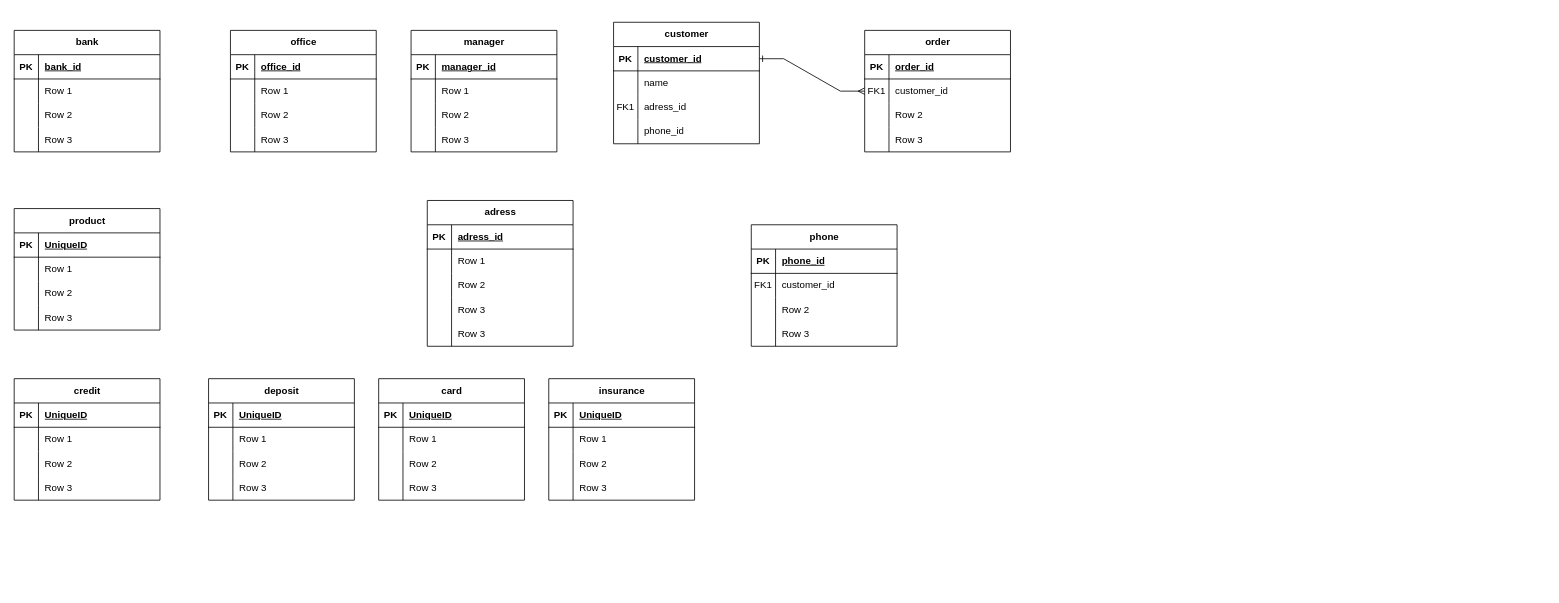
L-Valentine/Plantuml keeps this draw.io diagram as Банк_erd.drawio. Above is the earlier version. Source tidied: cells renumbered, new cells numbered last; positions are measured from the earlier drawing's top-left corner, leaving out a move shared by most shapes. Both pictures are drawn from the tidied source at 81%, with x=0, y=0 at pixel (14, 22).
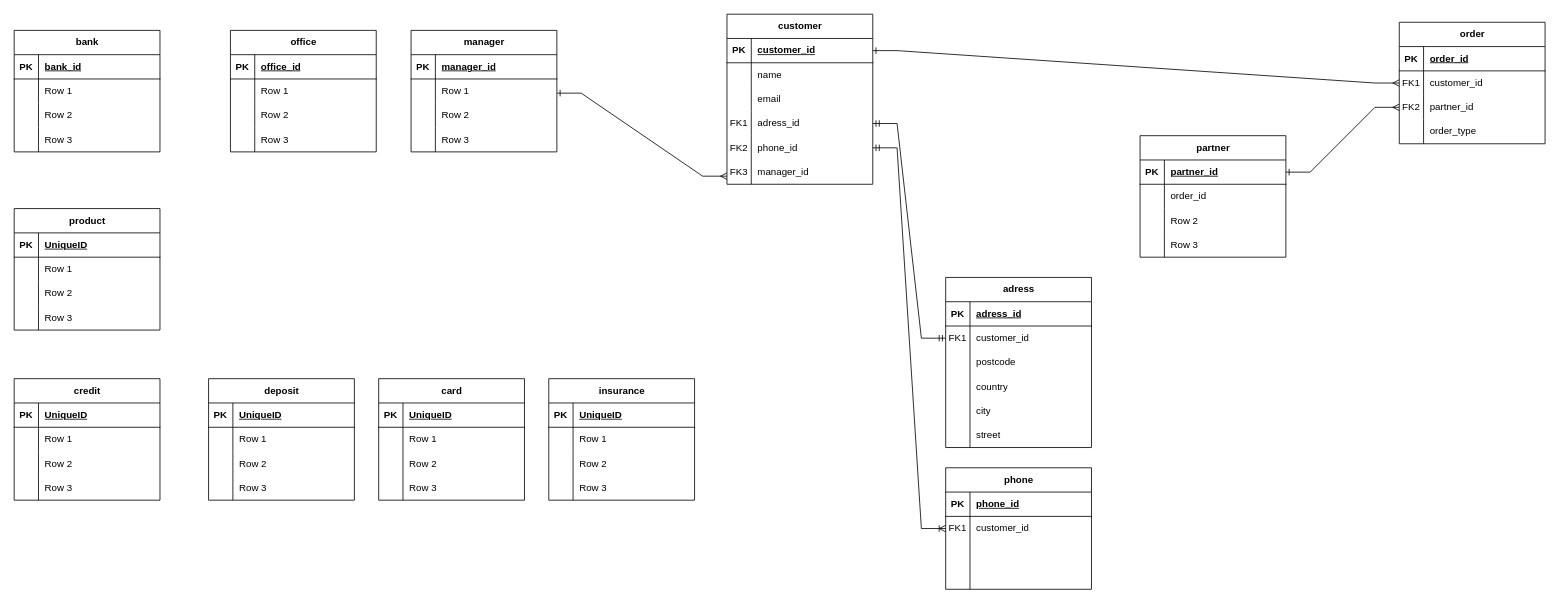
Above is the later version.

The change refers to these unchanged cells:
```xml
<mxCell id="74" style="shape=tableRow;horizontal=0;startSize=0;swimlaneHead=0;swimlaneBody=0;fillColor=none;top=0;left=0;right=0;bottom=0;" parent="67" vertex="1">
  <mxGeometry y="90" width="180" height="30" as="geometry" />
</mxCell>
<mxCell id="77" style="shape=tableRow;horizontal=0;startSize=0;swimlaneHead=0;swimlaneBody=0;fillColor=none;points=[[0,0.5],[1,0.5]];portConstraint=eastwest;top=0;left=0;right=0;bottom=0;" parent="67" vertex="1">
  <mxGeometry y="120" width="180" height="30" as="geometry" />
</mxCell>
<mxCell id="100" style="shape=tableRow;horizontal=0;startSize=0;swimlaneHead=0;swimlaneBody=0;fillColor=none;points=[[0,0.5],[1,0.5]];portConstraint=eastwest;top=0;left=0;right=0;bottom=0;" parent="93" vertex="1">
  <mxGeometry y="90" width="180" height="30" as="geometry" />
</mxCell>
<mxCell id="103" style="shape=tableRow;horizontal=0;startSize=0;swimlaneHead=0;swimlaneBody=0;fillColor=none;top=0;left=0;right=0;bottom=0;" parent="93" vertex="1">
  <mxGeometry y="120" width="180" height="30" as="geometry" />
</mxCell>
<mxCell id="148" style="shape=tableRow;horizontal=0;startSize=0;swimlaneHead=0;swimlaneBody=0;fillColor=none;points=[[0,0.5],[1,0.5]];portConstraint=eastwest;top=0;left=0;right=0;bottom=0;" parent="144" vertex="1">
  <mxGeometry y="60" width="180" height="30" as="geometry" />
</mxCell>
<mxCell id="151" style="shape=tableRow;horizontal=0;startSize=0;swimlaneHead=0;swimlaneBody=0;fillColor=none;top=0;left=0;right=0;bottom=0;" parent="144" vertex="1">
  <mxGeometry y="90" width="180" height="30" as="geometry" />
</mxCell>
<mxCell id="154" style="shape=tableRow;horizontal=0;startSize=0;swimlaneHead=0;swimlaneBody=0;fillColor=none;top=0;left=0;right=0;bottom=0;" parent="144" vertex="1">
  <mxGeometry y="120" width="180" height="30" as="geometry" />
</mxCell>
<mxCell id="157" style="shape=tableRow;horizontal=0;startSize=0;swimlaneHead=0;swimlaneBody=0;fillColor=none;top=0;left=0;right=0;bottom=0;" parent="144" vertex="1">
  <mxGeometry y="150" width="180" height="30" as="geometry" />
</mxCell>
<mxCell id="164" style="shape=tableRow;horizontal=0;startSize=0;swimlaneHead=0;swimlaneBody=0;fillColor=none;points=[[0,0.5],[1,0.5]];portConstraint=eastwest;top=0;left=0;right=0;bottom=0;" parent="160" vertex="1">
  <mxGeometry y="60" width="180" height="30" as="geometry" />
</mxCell>
<mxCell id="167" style="shape=tableRow;horizontal=0;startSize=0;swimlaneHead=0;swimlaneBody=0;fillColor=none;top=0;left=0;right=0;bottom=0;" parent="160" vertex="1">
  <mxGeometry y="90" width="180" height="30" as="geometry" />
</mxCell>
<mxCell id="170" style="shape=tableRow;horizontal=0;startSize=0;swimlaneHead=0;swimlaneBody=0;fillColor=none;top=0;left=0;right=0;bottom=0;" parent="160" vertex="1">
  <mxGeometry y="120" width="180" height="30" as="geometry" />
</mxCell>
```

The edit, as a diff of the source:
```diff
@@
     <mxCell id="67" value="customer" style="shape=table;startSize=30;childLayout=tableLayout;rowLines=0;fontStyle=1;align=center;html=1;" parent="1" vertex="1">
-      <mxGeometry x="740" width="180" height="150" as="geometry" />
+      <mxGeometry x="880" y="-10" width="180" height="210" as="geometry" />
     </mxCell>
@@
-    <mxCell id="75" value="FK1" style="shape=partialRectangle;fillColor=none;top=0;left=0;bottom=0;right=0;overflow=hidden;whiteSpace=wrap;html=1;" parent="74" vertex="1">
+    <mxCell id="75" style="shape=partialRectangle;fillColor=none;top=0;left=0;bottom=0;right=0;overflow=hidden;whiteSpace=wrap;html=1;" parent="74" vertex="1">
       <mxGeometry width="30" height="30" as="geometry" />
     </mxCell>
-    <mxCell id="76" value="adress_id" style="shape=partialRectangle;fillColor=none;top=0;left=0;bottom=0;right=0;align=left;spacingLeft=6;overflow=hidden;whiteSpace=wrap;html=1;" parent="74" vertex="1">
+    <mxCell id="76" value="email" style="shape=partialRectangle;fillColor=none;top=0;left=0;bottom=0;right=0;align=left;spacingLeft=6;overflow=hidden;whiteSpace=wrap;html=1;" parent="74" vertex="1">
       <mxGeometry x="30" width="150" height="30" as="geometry" />
     </mxCell>
@@
-    <mxCell id="78" style="shape=partialRectangle;fillColor=none;top=0;left=0;bottom=0;right=0;overflow=hidden;whiteSpace=wrap;html=1;" parent="77" vertex="1">
+    <mxCell id="78" value="FK1" style="shape=partialRectangle;fillColor=none;top=0;left=0;bottom=0;right=0;overflow=hidden;whiteSpace=wrap;html=1;" parent="77" vertex="1">
       <mxGeometry width="30" height="30" as="geometry" />
     </mxCell>
-    <mxCell id="79" value="phone_id" style="shape=partialRectangle;fillColor=none;top=0;left=0;bottom=0;right=0;align=left;spacingLeft=6;overflow=hidden;whiteSpace=wrap;html=1;" parent="77" vertex="1">
+    <mxCell id="79" value="adress_id" style="shape=partialRectangle;fillColor=none;top=0;left=0;bottom=0;right=0;align=left;spacingLeft=6;overflow=hidden;whiteSpace=wrap;html=1;" parent="77" vertex="1">
       <mxGeometry x="30" width="150" height="30" as="geometry" />
     </mxCell>
+    <mxCell id="173" style="shape=tableRow;horizontal=0;startSize=0;swimlaneHead=0;swimlaneBody=0;fillColor=none;points=[[0,0.5],[1,0.5]];portConstraint=eastwest;top=0;left=0;right=0;bottom=0;" parent="67" vertex="1">
+      <mxGeometry y="150" width="180" height="30" as="geometry" />
+    </mxCell>
+    <mxCell id="174" value="FK2" style="shape=partialRectangle;fillColor=none;top=0;left=0;bottom=0;right=0;overflow=hidden;whiteSpace=wrap;html=1;" parent="173" vertex="1">
+      <mxGeometry width="30" height="30" as="geometry" />
+    </mxCell>
+    <mxCell id="175" value="phone_id" style="shape=partialRectangle;fillColor=none;top=0;left=0;bottom=0;right=0;align=left;spacingLeft=6;overflow=hidden;whiteSpace=wrap;html=1;" parent="173" vertex="1">
+      <mxGeometry x="30" width="150" height="30" as="geometry" />
+    </mxCell>
+    <mxCell id="176" style="shape=tableRow;horizontal=0;startSize=0;swimlaneHead=0;swimlaneBody=0;fillColor=none;top=0;left=0;right=0;bottom=0;" parent="67" vertex="1">
+      <mxGeometry y="180" width="180" height="30" as="geometry" />
+    </mxCell>
+    <mxCell id="177" value="FK3" style="shape=partialRectangle;fillColor=none;top=0;left=0;bottom=0;right=0;overflow=hidden;whiteSpace=wrap;html=1;" parent="176" vertex="1">
+      <mxGeometry width="30" height="30" as="geometry" />
+    </mxCell>
+    <mxCell id="178" value="manager_id" style="shape=partialRectangle;fillColor=none;top=0;left=0;bottom=0;right=0;align=left;spacingLeft=6;overflow=hidden;whiteSpace=wrap;html=1;" parent="176" vertex="1">
+      <mxGeometry x="30" width="150" height="30" as="geometry" />
+    </mxCell>
@@
     <mxCell id="93" value="order" style="shape=table;startSize=30;childLayout=tableLayout;rowLines=0;fontStyle=1;align=center;html=1;" parent="1" vertex="1">
-      <mxGeometry x="1050" y="10" width="180" height="150" as="geometry" />
+      <mxGeometry x="1710" width="180" height="150" as="geometry" />
     </mxCell>
@@
-    <mxCell id="101" style="shape=partialRectangle;fillColor=none;top=0;left=0;bottom=0;right=0;overflow=hidden;whiteSpace=wrap;html=1;" parent="100" vertex="1">
+    <mxCell id="101" value="FK2" style="shape=partialRectangle;fillColor=none;top=0;left=0;bottom=0;right=0;overflow=hidden;whiteSpace=wrap;html=1;" parent="100" vertex="1">
       <mxGeometry width="30" height="30" as="geometry" />
     </mxCell>
-    <mxCell id="102" value="Row 2" style="shape=partialRectangle;fillColor=none;top=0;left=0;bottom=0;right=0;align=left;spacingLeft=6;overflow=hidden;whiteSpace=wrap;html=1;" parent="100" vertex="1">
+    <mxCell id="102" value="partner_id" style="shape=partialRectangle;fillColor=none;top=0;left=0;bottom=0;right=0;align=left;spacingLeft=6;overflow=hidden;whiteSpace=wrap;html=1;" parent="100" vertex="1">
       <mxGeometry x="30" width="150" height="30" as="geometry" />
     </mxCell>
@@
-    <mxCell id="105" value="Row 3" style="shape=partialRectangle;fillColor=none;top=0;left=0;bottom=0;right=0;align=left;spacingLeft=6;overflow=hidden;whiteSpace=wrap;html=1;" parent="103" vertex="1">
+    <mxCell id="105" value="order_type" style="shape=partialRectangle;fillColor=none;top=0;left=0;bottom=0;right=0;align=left;spacingLeft=6;overflow=hidden;whiteSpace=wrap;html=1;" parent="103" vertex="1">
       <mxGeometry x="30" width="150" height="30" as="geometry" />
     </mxCell>
@@
     <mxCell id="144" value="adress" style="shape=table;startSize=30;childLayout=tableLayout;rowLines=0;fontStyle=1;align=center;html=1;" parent="1" vertex="1">
-      <mxGeometry x="510" y="220" width="180" height="180" as="geometry" />
+      <mxGeometry x="1150" y="315" width="180" height="210" as="geometry" />
     </mxCell>
@@
-    <mxCell id="149" style="shape=partialRectangle;fillColor=none;top=0;left=0;bottom=0;right=0;overflow=hidden;whiteSpace=wrap;html=1;" parent="148" vertex="1">
+    <mxCell id="149" value="FK1" style="shape=partialRectangle;fillColor=none;top=0;left=0;bottom=0;right=0;overflow=hidden;whiteSpace=wrap;html=1;" parent="148" vertex="1">
       <mxGeometry width="30" height="30" as="geometry" />
     </mxCell>
-    <mxCell id="150" value="Row 1" style="shape=partialRectangle;fillColor=none;top=0;left=0;bottom=0;right=0;align=left;spacingLeft=6;overflow=hidden;whiteSpace=wrap;html=1;" parent="148" vertex="1">
+    <mxCell id="150" value="customer_id" style="shape=partialRectangle;fillColor=none;top=0;left=0;bottom=0;right=0;align=left;spacingLeft=6;overflow=hidden;whiteSpace=wrap;html=1;" parent="148" vertex="1">
       <mxGeometry x="30" width="150" height="30" as="geometry" />
     </mxCell>
@@
-    <mxCell id="153" value="Row 2" style="shape=partialRectangle;fillColor=none;top=0;left=0;bottom=0;right=0;align=left;spacingLeft=6;overflow=hidden;whiteSpace=wrap;html=1;" parent="151" vertex="1">
+    <mxCell id="153" value="postcode" style="shape=partialRectangle;fillColor=none;top=0;left=0;bottom=0;right=0;align=left;spacingLeft=6;overflow=hidden;whiteSpace=wrap;html=1;" parent="151" vertex="1">
       <mxGeometry x="30" width="150" height="30" as="geometry" />
     </mxCell>
@@
-    <mxCell id="156" value="Row 3" style="shape=partialRectangle;fillColor=none;top=0;left=0;bottom=0;right=0;align=left;spacingLeft=6;overflow=hidden;whiteSpace=wrap;html=1;" parent="154" vertex="1">
+    <mxCell id="156" value="country" style="shape=partialRectangle;fillColor=none;top=0;left=0;bottom=0;right=0;align=left;spacingLeft=6;overflow=hidden;whiteSpace=wrap;html=1;" parent="154" vertex="1">
       <mxGeometry x="30" width="150" height="30" as="geometry" />
     </mxCell>
@@
-    <mxCell id="159" value="Row 3" style="shape=partialRectangle;fillColor=none;top=0;left=0;bottom=0;right=0;align=left;spacingLeft=6;overflow=hidden;whiteSpace=wrap;html=1;" parent="157" vertex="1">
+    <mxCell id="159" value="city" style="shape=partialRectangle;fillColor=none;top=0;left=0;bottom=0;right=0;align=left;spacingLeft=6;overflow=hidden;whiteSpace=wrap;html=1;" parent="157" vertex="1">
       <mxGeometry x="30" width="150" height="30" as="geometry" />
     </mxCell>
+    <mxCell id="179" style="shape=tableRow;horizontal=0;startSize=0;swimlaneHead=0;swimlaneBody=0;fillColor=none;top=0;left=0;right=0;bottom=0;" parent="144" vertex="1">
+      <mxGeometry y="180" width="180" height="30" as="geometry" />
+    </mxCell>
+    <mxCell id="180" style="shape=partialRectangle;fillColor=none;top=0;left=0;bottom=0;right=0;overflow=hidden;whiteSpace=wrap;html=1;" parent="179" vertex="1">
+      <mxGeometry width="30" height="30" as="geometry" />
+    </mxCell>
+    <mxCell id="181" value="street" style="shape=partialRectangle;fillColor=none;top=0;left=0;bottom=0;right=0;align=left;spacingLeft=6;overflow=hidden;whiteSpace=wrap;html=1;" parent="179" vertex="1">
+      <mxGeometry x="30" width="150" height="30" as="geometry" />
+    </mxCell>
     <mxCell id="160" value="phone" style="shape=table;startSize=30;childLayout=tableLayout;rowLines=0;fontStyle=1;align=center;html=1;" parent="1" vertex="1">
-      <mxGeometry x="910" y="250" width="180" height="150" as="geometry" />
+      <mxGeometry x="1150" y="550" width="180" height="150" as="geometry" />
     </mxCell>
@@
-    <mxCell id="169" value="Row 2" style="shape=partialRectangle;fillColor=none;top=0;left=0;bottom=0;right=0;align=left;spacingLeft=6;overflow=hidden;whiteSpace=wrap;html=1;" parent="167" vertex="1">
+    <mxCell id="169" style="shape=partialRectangle;fillColor=none;top=0;left=0;bottom=0;right=0;align=left;spacingLeft=6;overflow=hidden;whiteSpace=wrap;html=1;" parent="167" vertex="1">
       <mxGeometry x="30" width="150" height="30" as="geometry" />
     </mxCell>
@@
-    <mxCell id="172" value="Row 3" style="shape=partialRectangle;fillColor=none;top=0;left=0;bottom=0;right=0;align=left;spacingLeft=6;overflow=hidden;whiteSpace=wrap;html=1;" parent="170" vertex="1">
+    <mxCell id="172" style="shape=partialRectangle;fillColor=none;top=0;left=0;bottom=0;right=0;align=left;spacingLeft=6;overflow=hidden;whiteSpace=wrap;html=1;" parent="170" vertex="1">
       <mxGeometry x="30" width="150" height="30" as="geometry" />
     </mxCell>
+    <mxCell id="182" style="edgeStyle=entityRelationEdgeStyle;fontSize=12;html=1;endArrow=ERmany;startArrow=ERone;rounded=0;exitX=1;exitY=0.5;exitDx=0;exitDy=0;entryX=0;entryY=0.5;entryDx=0;entryDy=0;startFill=0;endFill=0;" parent="1" edge="1">
+      <mxGeometry relative="1" as="geometry">
+        <mxPoint x="670" y="87.5" as="sourcePoint" />
+        <mxPoint x="880" y="190" as="targetPoint" />
+        <Array as="points">
+          <mxPoint x="720" y="152.5" />
+          <mxPoint x="870" y="180" />
+          <mxPoint x="870" y="180" />
+        </Array>
+      </mxGeometry>
+    </mxCell>
+    <mxCell id="183" style="edgeStyle=entityRelationEdgeStyle;fontSize=12;html=1;endArrow=ERmandOne;startArrow=ERmandOne;rounded=0;exitX=1;exitY=0.5;exitDx=0;exitDy=0;entryX=0;entryY=0.5;entryDx=0;entryDy=0;" parent="1" edge="1" source="77" target="148">
+      <mxGeometry relative="1" as="geometry">
+        <Array as="points">
+          <mxPoint x="1160" y="287.5" />
+        </Array>
+      </mxGeometry>
+    </mxCell>
+    <mxCell id="184" style="edgeStyle=entityRelationEdgeStyle;fontSize=12;html=1;endArrow=ERoneToMany;startArrow=ERmandOne;rounded=0;entryX=0;entryY=0.5;entryDx=0;entryDy=0;exitX=1;exitY=0.5;exitDx=0;exitDy=0;" parent="1" edge="1" source="173" target="164">
+      <mxGeometry relative="1" as="geometry">
+        <Array as="points">
+          <mxPoint x="1080" y="150" />
+          <mxPoint x="1070" y="335" />
+        </Array>
+      </mxGeometry>
+    </mxCell>
+    <mxCell id="185" value="partner" style="shape=table;startSize=30;childLayout=tableLayout;rowLines=0;fontStyle=1;align=center;html=1;" parent="1" vertex="1">
+      <mxGeometry x="1390" y="140" width="180" height="150" as="geometry" />
+    </mxCell>
+    <mxCell id="186" style="shape=tableRow;horizontal=0;startSize=0;swimlaneHead=0;swimlaneBody=0;fillColor=none;points=[[0,0.5],[1,0.5]];portConstraint=eastwest;top=0;left=0;right=0;bottom=1;" parent="185" vertex="1">
+      <mxGeometry y="30" width="180" height="30" as="geometry" />
+    </mxCell>
+    <mxCell id="187" value="PK" style="shape=partialRectangle;fillColor=none;top=0;left=0;bottom=0;right=0;fontStyle=1;overflow=hidden;whiteSpace=wrap;html=1;" parent="186" vertex="1">
+      <mxGeometry width="30" height="30" as="geometry" />
+    </mxCell>
+    <mxCell id="188" value="partner_id" style="shape=partialRectangle;fillColor=none;top=0;left=0;bottom=0;right=0;align=left;spacingLeft=6;fontStyle=5;overflow=hidden;whiteSpace=wrap;html=1;" parent="186" vertex="1">
+      <mxGeometry x="30" width="150" height="30" as="geometry" />
+    </mxCell>
+    <mxCell id="189" style="shape=tableRow;horizontal=0;startSize=0;swimlaneHead=0;swimlaneBody=0;fillColor=none;top=0;left=0;right=0;bottom=0;" parent="185" vertex="1">
+      <mxGeometry y="60" width="180" height="30" as="geometry" />
+    </mxCell>
+    <mxCell id="190" style="shape=partialRectangle;fillColor=none;top=0;left=0;bottom=0;right=0;overflow=hidden;whiteSpace=wrap;html=1;" parent="189" vertex="1">
+      <mxGeometry width="30" height="30" as="geometry" />
+    </mxCell>
+    <mxCell id="191" value="order_id" style="shape=partialRectangle;fillColor=none;top=0;left=0;bottom=0;right=0;align=left;spacingLeft=6;overflow=hidden;whiteSpace=wrap;html=1;" parent="189" vertex="1">
+      <mxGeometry x="30" width="150" height="30" as="geometry" />
+    </mxCell>
+    <mxCell id="192" style="shape=tableRow;horizontal=0;startSize=0;swimlaneHead=0;swimlaneBody=0;fillColor=none;top=0;left=0;right=0;bottom=0;" parent="185" vertex="1">
+      <mxGeometry y="90" width="180" height="30" as="geometry" />
+    </mxCell>
+    <mxCell id="193" style="shape=partialRectangle;fillColor=none;top=0;left=0;bottom=0;right=0;overflow=hidden;whiteSpace=wrap;html=1;" parent="192" vertex="1">
+      <mxGeometry width="30" height="30" as="geometry" />
+    </mxCell>
+    <mxCell id="194" value="Row 2" style="shape=partialRectangle;fillColor=none;top=0;left=0;bottom=0;right=0;align=left;spacingLeft=6;overflow=hidden;whiteSpace=wrap;html=1;" parent="192" vertex="1">
+      <mxGeometry x="30" width="150" height="30" as="geometry" />
+    </mxCell>
+    <mxCell id="195" style="shape=tableRow;horizontal=0;startSize=0;swimlaneHead=0;swimlaneBody=0;fillColor=none;top=0;left=0;right=0;bottom=0;" parent="185" vertex="1">
+      <mxGeometry y="120" width="180" height="30" as="geometry" />
+    </mxCell>
+    <mxCell id="196" style="shape=partialRectangle;fillColor=none;top=0;left=0;bottom=0;right=0;overflow=hidden;whiteSpace=wrap;html=1;" parent="195" vertex="1">
+      <mxGeometry width="30" height="30" as="geometry" />
+    </mxCell>
+    <mxCell id="197" value="Row 3" style="shape=partialRectangle;fillColor=none;top=0;left=0;bottom=0;right=0;align=left;spacingLeft=6;overflow=hidden;whiteSpace=wrap;html=1;" parent="195" vertex="1">
+      <mxGeometry x="30" width="150" height="30" as="geometry" />
+    </mxCell>
+    <mxCell id="198" style="edgeStyle=entityRelationEdgeStyle;fontSize=12;html=1;endArrow=ERmany;startArrow=ERone;rounded=0;exitX=1;exitY=0.5;exitDx=0;exitDy=0;entryX=0;entryY=0.5;entryDx=0;entryDy=0;startFill=0;endFill=0;" parent="1" edge="1" source="186" target="100">
+      <mxGeometry relative="1" as="geometry">
+        <Array as="points">
+          <mxPoint x="1110" y="315" />
+          <mxPoint x="1710" y="100" />
+          <mxPoint x="1707" y="100" />
+          <mxPoint x="1680" y="90" />
+          <mxPoint x="1710" y="100" />
+        </Array>
+      </mxGeometry>
+    </mxCell>
```
